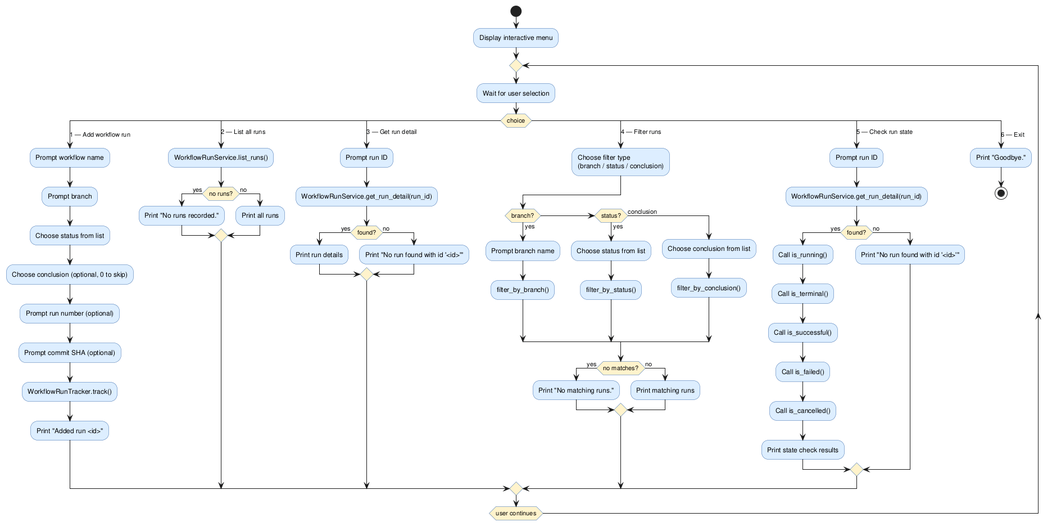
Before: experiments/broadcast/user_stories/github-workflow-manager/artifacts/activity_diagram_interactive.png, a diagram exported from PlantUML (DanielRiha8906/Software_autoevolution_using_agents).
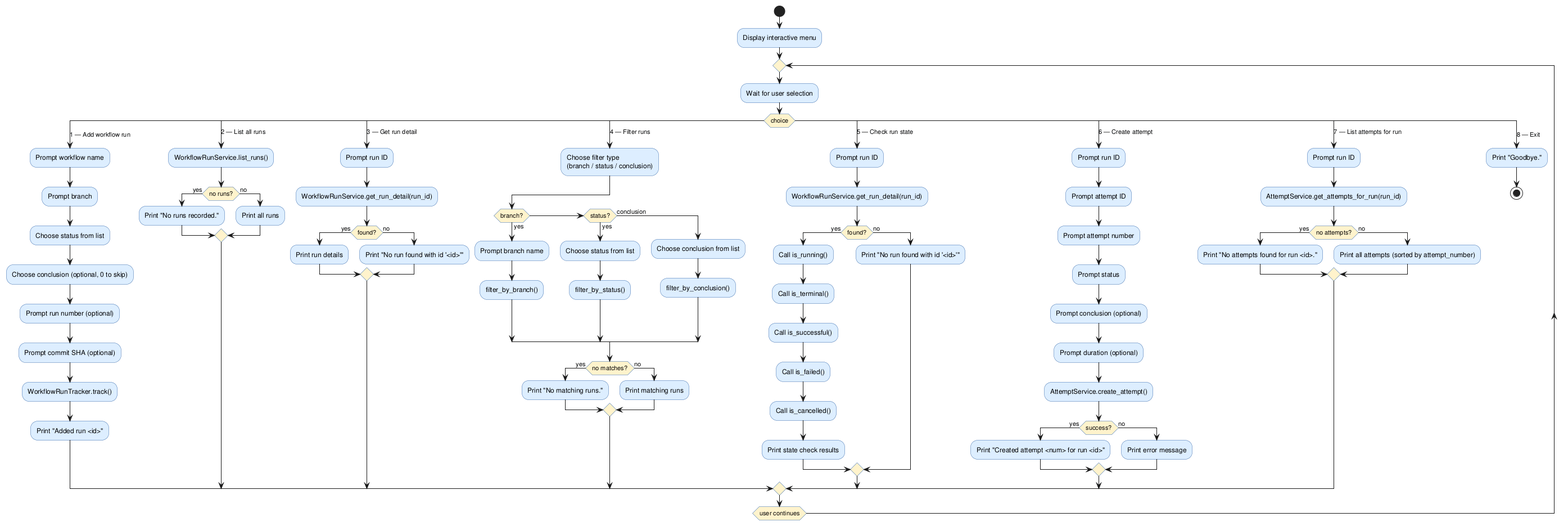
The same file after the commit.

Change to the diagram source:
```diff
@@ -73,7 +73,30 @@
         :Print "No run found with id '<id>'";
       endif
 
-    case (6 — Exit)
+    case (6 — Create attempt)
+      :Prompt run ID;
+      :Prompt attempt ID;
+      :Prompt attempt number;
+      :Prompt status;
+      :Prompt conclusion (optional);
+      :Prompt duration (optional);
+      :AttemptService.create_attempt();
+      if (success?) then (yes)
+        :Print "Created attempt <num> for run <id>";
+      else (no)
+        :Print error message;
+      endif
+
+    case (7 — List attempts for run)
+      :Prompt run ID;
+      :AttemptService.get_attempts_for_run(run_id);
+      if (no attempts?) then (yes)
+        :Print "No attempts found for run <id>.";
+      else (no)
+        :Print all attempts (sorted by attempt_number);
+      endif
+
+    case (8 — Exit)
       :Print "Goodbye.";
       stop
 
```
